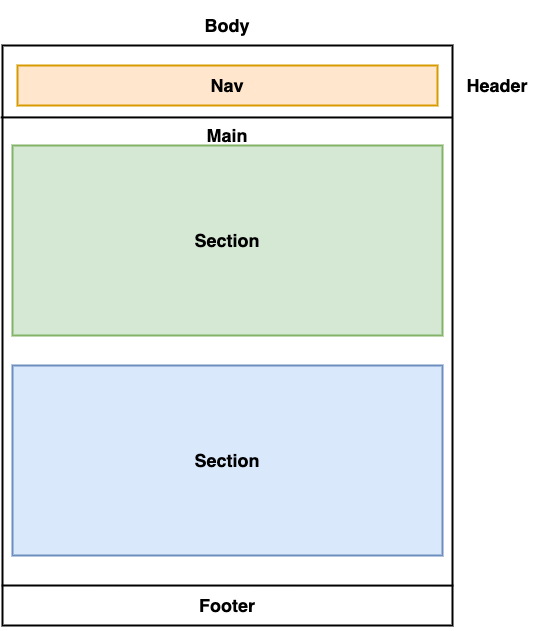
Earlier version of the draw.io export assets/images/readme-images/portfolio-wireframe-page-1.png (luizfroes/my-portfolio-webpage). Source tidied: cells renumbered, new cells last; positions are measured from the earlier drawing's top-left corner, leaving out a move shared by most shapes. The source it was exported from:
```xml
<mxGraphModel>
  <root>
    <mxCell id="0" />
    <mxCell id="1" parent="0" />
    <mxCell id="2" style="rounded=0;whiteSpace=wrap;html=1;strokeWidth=2;" parent="1" vertex="1">
      <mxGeometry x="1" y="40" width="450" height="580" as="geometry" />
    </mxCell>
    <mxCell id="3" value="&lt;h2&gt;Body&lt;/h2&gt;" style="text;html=1;strokeColor=none;fillColor=none;align=center;verticalAlign=middle;whiteSpace=wrap;rounded=0;" parent="1" vertex="1">
      <mxGeometry x="191" width="70" height="40" as="geometry" />
    </mxCell>
    <mxCell id="4" style="rounded=0;whiteSpace=wrap;html=1;strokeWidth=2;fillColor=#ffe6cc;strokeColor=#d79b00;" parent="1" vertex="1">
      <mxGeometry x="16" y="60" width="420" height="40" as="geometry" />
    </mxCell>
    <mxCell id="5" value="&lt;h2&gt;Nav&lt;/h2&gt;" style="text;html=1;align=center;verticalAlign=middle;whiteSpace=wrap;rounded=0;" parent="1" vertex="1">
      <mxGeometry x="191" y="60" width="70" height="40" as="geometry" />
    </mxCell>
    <mxCell id="6" style="endArrow=none;html=1;exitX=-0.004;exitY=0.124;exitDx=0;exitDy=0;exitPerimeter=0;strokeWidth=2;" parent="1" edge="1" source="2">
      <mxGeometry relative="1" as="geometry">
        <mxPoint x="451" y="112" as="targetPoint" />
      </mxGeometry>
    </mxCell>
    <mxCell id="7" value="&lt;h2&gt;Header&lt;/h2&gt;" style="text;html=1;strokeColor=none;fillColor=none;align=center;verticalAlign=middle;whiteSpace=wrap;rounded=0;" parent="1" vertex="1">
      <mxGeometry x="461" y="60" width="70" height="40" as="geometry" />
    </mxCell>
    <mxCell id="8" style="endArrow=none;html=1;exitX=-0.004;exitY=0.124;exitDx=0;exitDy=0;exitPerimeter=0;strokeWidth=2;" parent="1" edge="1">
      <mxGeometry relative="1" as="geometry">
        <mxPoint x="0.1" y="580" as="sourcePoint" />
        <mxPoint x="451.9" y="580.1" as="targetPoint" />
      </mxGeometry>
    </mxCell>
    <mxCell id="9" value="&lt;h2&gt;Footer&lt;/h2&gt;" style="text;html=1;strokeColor=none;fillColor=none;align=center;verticalAlign=middle;whiteSpace=wrap;rounded=0;" parent="1" vertex="1">
      <mxGeometry x="191" y="580" width="70" height="40" as="geometry" />
    </mxCell>
    <mxCell id="10" style="rounded=0;whiteSpace=wrap;html=1;strokeWidth=2;fillColor=#d5e8d4;strokeColor=#82b366;" parent="1" vertex="1">
      <mxGeometry x="11" y="140" width="430" height="190" as="geometry" />
    </mxCell>
    <mxCell id="11" style="rounded=0;whiteSpace=wrap;html=1;strokeWidth=2;fillColor=#dae8fc;strokeColor=#6c8ebf;" parent="1" vertex="1">
      <mxGeometry x="11" y="360" width="430" height="190" as="geometry" />
    </mxCell>
    <mxCell id="12" value="&lt;h2&gt;Main&lt;/h2&gt;" style="text;html=1;strokeColor=none;fillColor=none;align=center;verticalAlign=middle;whiteSpace=wrap;rounded=0;" parent="1" vertex="1">
      <mxGeometry x="191" y="110" width="70" height="40" as="geometry" />
    </mxCell>
    <mxCell id="13" value="&lt;h2&gt;Section&lt;/h2&gt;" style="text;html=1;strokeColor=none;fillColor=none;align=center;verticalAlign=middle;whiteSpace=wrap;rounded=0;" parent="1" vertex="1">
      <mxGeometry x="191" y="215" width="70" height="40" as="geometry" />
    </mxCell>
    <mxCell id="14" value="&lt;h2&gt;Section&lt;/h2&gt;" style="text;html=1;strokeColor=none;fillColor=none;align=center;verticalAlign=middle;whiteSpace=wrap;rounded=0;" parent="1" vertex="1">
      <mxGeometry x="191" y="435" width="70" height="40" as="geometry" />
    </mxCell>
  </root>
</mxGraphModel>
```
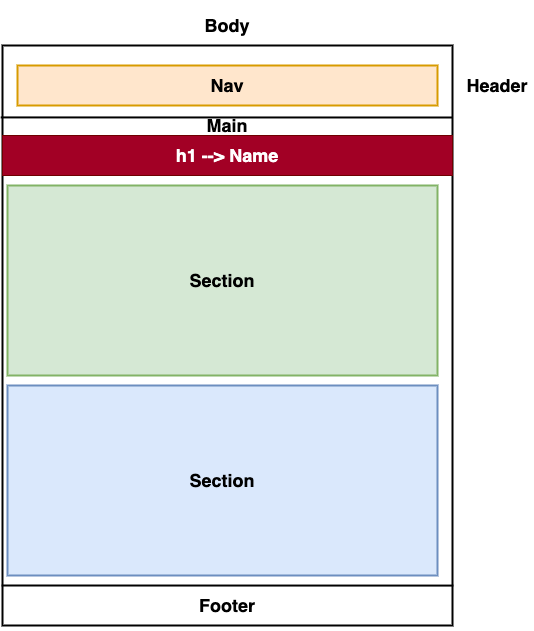
Later version of the same file.

Diff of the diagram source:
```diff
@@ -32,19 +32,22 @@
       <mxGeometry x="191" y="580" width="70" height="40" as="geometry" />
     </mxCell>
     <mxCell id="10" style="rounded=0;whiteSpace=wrap;html=1;strokeWidth=2;fillColor=#d5e8d4;strokeColor=#82b366;" parent="1" vertex="1">
-      <mxGeometry x="11" y="140" width="430" height="190" as="geometry" />
+      <mxGeometry x="6" y="180" width="430" height="190" as="geometry" />
     </mxCell>
     <mxCell id="11" style="rounded=0;whiteSpace=wrap;html=1;strokeWidth=2;fillColor=#dae8fc;strokeColor=#6c8ebf;" parent="1" vertex="1">
-      <mxGeometry x="11" y="360" width="430" height="190" as="geometry" />
+      <mxGeometry x="6" y="380" width="430" height="190" as="geometry" />
     </mxCell>
     <mxCell id="12" value="&lt;h2&gt;Main&lt;/h2&gt;" style="text;html=1;strokeColor=none;fillColor=none;align=center;verticalAlign=middle;whiteSpace=wrap;rounded=0;" parent="1" vertex="1">
-      <mxGeometry x="191" y="110" width="70" height="40" as="geometry" />
+      <mxGeometry x="191" y="100" width="70" height="40" as="geometry" />
     </mxCell>
     <mxCell id="13" value="&lt;h2&gt;Section&lt;/h2&gt;" style="text;html=1;strokeColor=none;fillColor=none;align=center;verticalAlign=middle;whiteSpace=wrap;rounded=0;" parent="1" vertex="1">
-      <mxGeometry x="191" y="215" width="70" height="40" as="geometry" />
+      <mxGeometry x="186" y="255" width="70" height="40" as="geometry" />
     </mxCell>
     <mxCell id="14" value="&lt;h2&gt;Section&lt;/h2&gt;" style="text;html=1;strokeColor=none;fillColor=none;align=center;verticalAlign=middle;whiteSpace=wrap;rounded=0;" parent="1" vertex="1">
-      <mxGeometry x="191" y="435" width="70" height="40" as="geometry" />
+      <mxGeometry x="186" y="455" width="70" height="40" as="geometry" />
     </mxCell>
+    <mxCell id="15" value="&lt;h2&gt;h1 --&amp;gt; Name&lt;/h2&gt;" style="text;html=1;strokeColor=#6F0000;fillColor=#a20025;align=center;verticalAlign=middle;whiteSpace=wrap;rounded=0;fontColor=#ffffff;" parent="1" vertex="1">
+      <mxGeometry x="1" y="130" width="450" height="40" as="geometry" />
+    </mxCell>
   </root>
 </mxGraphModel>
```
